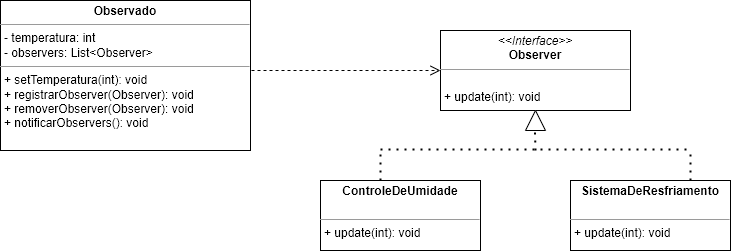
Above: padroes de projeto/Observer/observer.drawio (1).png in alantrs/Bertoti (draw.io), before the change. Source tidied: cells renumbered, new cells last; positions are measured from the earlier drawing's top-left corner, leaving out a move shared by most shapes.
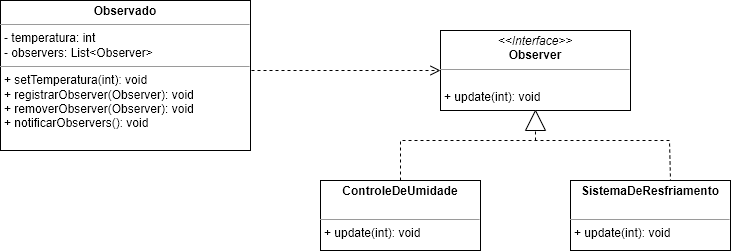
After the change.

Change to the diagram source:
```diff
@@ -17,30 +17,6 @@
     <mxCell id="6" style="triangle;whiteSpace=wrap;html=1;rotation=-90;" parent="1" vertex="1">
       <mxGeometry x="525" y="110" width="20" height="20" as="geometry" />
     </mxCell>
-    <mxCell id="7" style="endArrow=none;dashed=1;html=1;dashPattern=1 3;strokeWidth=2;rounded=0;" parent="1" edge="1">
-      <mxGeometry relative="1" as="geometry">
-        <mxPoint x="380" y="149" as="sourcePoint" />
-        <mxPoint x="690" y="149" as="targetPoint" />
-      </mxGeometry>
-    </mxCell>
-    <mxCell id="8" style="endArrow=none;dashed=1;html=1;dashPattern=1 3;strokeWidth=2;rounded=0;" parent="1" edge="1">
-      <mxGeometry relative="1" as="geometry">
-        <mxPoint x="535" y="150" as="sourcePoint" />
-        <mxPoint x="534.5" y="130" as="targetPoint" />
-      </mxGeometry>
-    </mxCell>
-    <mxCell id="9" style="endArrow=none;dashed=1;html=1;dashPattern=1 3;strokeWidth=2;rounded=0;" parent="1" edge="1">
-      <mxGeometry relative="1" as="geometry">
-        <mxPoint x="380" y="180" as="sourcePoint" />
-        <mxPoint x="380" y="150" as="targetPoint" />
-      </mxGeometry>
-    </mxCell>
-    <mxCell id="10" style="endArrow=none;dashed=1;html=1;dashPattern=1 3;strokeWidth=2;rounded=0;" parent="1" edge="1">
-      <mxGeometry relative="1" as="geometry">
-        <mxPoint x="690" y="180" as="sourcePoint" />
-        <mxPoint x="690" y="150" as="targetPoint" />
-      </mxGeometry>
-    </mxCell>
     <mxCell id="11" value="return" style="html=1;verticalAlign=bottom;endArrow=open;dashed=1;endSize=8;edgeStyle=elbowEdgeStyle;elbow=vertical;curved=0;rounded=0;entryX=0;entryY=0.5;entryDx=0;entryDy=0;exitX=1;exitY=0.5;exitDx=0;exitDy=0;fontColor=none;noLabel=1;" parent="1" edge="1" source="5" target="2">
       <mxGeometry relative="1" as="geometry">
         <Array as="points">
@@ -48,5 +24,19 @@
         </Array>
       </mxGeometry>
     </mxCell>
+    <mxCell id="12" style="endArrow=none;html=1;rounded=0;exitX=0.5;exitY=0;exitDx=0;exitDy=0;endFill=0;dashed=1;" parent="1" edge="1" source="4">
+      <mxGeometry relative="1" as="geometry">
+        <mxPoint x="670" y="180" as="targetPoint" />
+        <Array as="points">
+          <mxPoint x="400" y="140" />
+          <mxPoint x="669" y="140" />
+        </Array>
+      </mxGeometry>
+    </mxCell>
+    <mxCell id="13" style="endArrow=none;html=1;rounded=0;entryX=0;entryY=0.5;entryDx=0;entryDy=0;dashed=1;" parent="1" edge="1" target="6">
+      <mxGeometry relative="1" as="geometry">
+        <mxPoint x="535" y="140" as="sourcePoint" />
+      </mxGeometry>
+    </mxCell>
   </root>
 </mxGraphModel>
```
